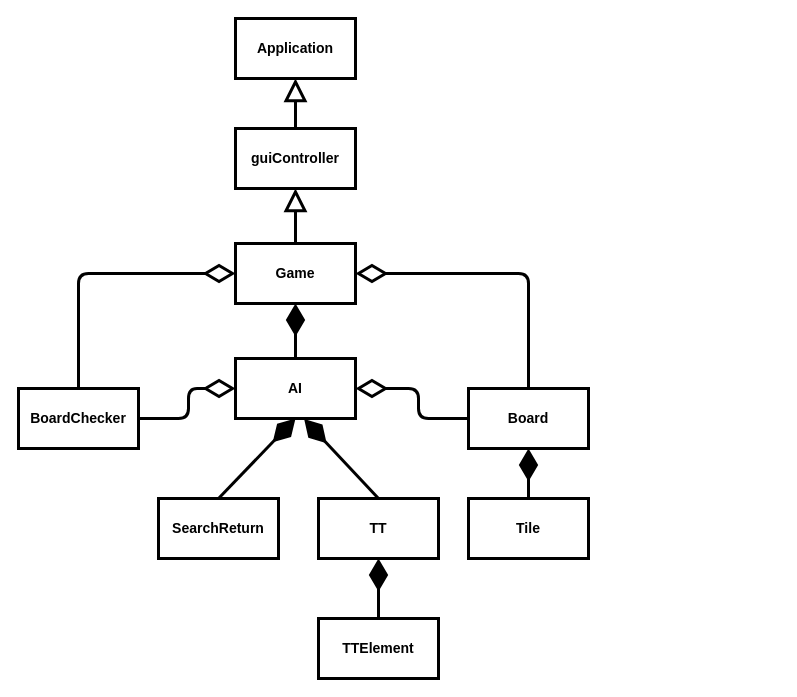
Before: Report/AdantinoAiUml.drawio in SamSweere/Andantino, a draw.io diagram. Source tidied: cells renumbered, new cells numbered last; positions are measured from the earlier drawing's top-left corner, leaving out a move shared by most shapes. Both pictures are drawn from the tidied source at 100%, with x=0, y=0 at pixel (18, 18).
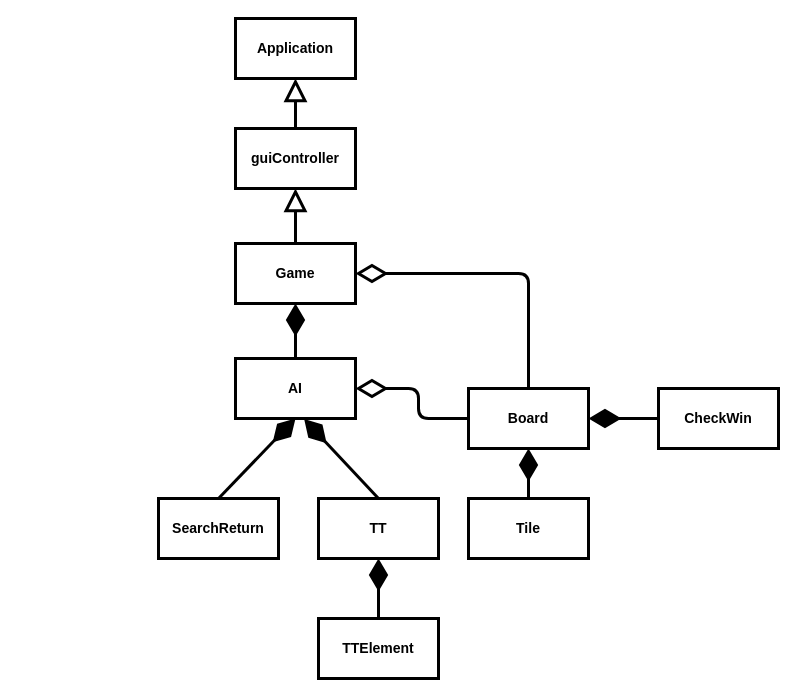
Above is the later version.

Unchanged cells that the change refers to:
```xml
<mxCell id="4" value="Game" style="rounded=0;whiteSpace=wrap;html=1;strokeWidth=3;fontStyle=1;fontSize=14;" parent="1" vertex="1">
  <mxGeometry x="217" y="225" width="120" height="60" as="geometry" />
</mxCell>
<mxCell id="5" value="Board" style="rounded=0;whiteSpace=wrap;html=1;strokeWidth=3;fontStyle=1;fontSize=14;" parent="1" vertex="1">
  <mxGeometry x="450" y="370" width="120" height="60" as="geometry" />
</mxCell>
<mxCell id="6" value="AI" style="rounded=0;whiteSpace=wrap;html=1;strokeWidth=3;fontStyle=1;fontSize=14;" parent="1" vertex="1">
  <mxGeometry x="217" y="340" width="120" height="60" as="geometry" />
</mxCell>
```

Diff of the diagram source:
```diff
@@
-    <mxCell id="11" value="BoardChecker" style="rounded=0;whiteSpace=wrap;html=1;strokeWidth=3;fontStyle=1;fontSize=14;" parent="1" vertex="1">
-      <mxGeometry y="370" width="120" height="60" as="geometry" />
+    <mxCell id="11" value="&lt;div&gt;CheckWin&lt;/div&gt;" style="rounded=0;whiteSpace=wrap;html=1;strokeWidth=3;fontStyle=1;fontSize=14;" parent="1" vertex="1">
+      <mxGeometry x="640" y="370" width="120" height="60" as="geometry" />
     </mxCell>
@@
-    <mxCell id="18" style="endArrow=diamondThin;endFill=0;endSize=24;html=1;fillColor=#000000;gradientColor=none;entryX=0;entryY=0.5;entryDx=0;entryDy=0;exitX=0.5;exitY=0;exitDx=0;exitDy=0;strokeWidth=3;" parent="1" edge="1" source="11" target="4">
-      <mxGeometry relative="1" as="geometry">
-        <Array as="points">
-          <mxPoint x="60" y="255" />
-        </Array>
-      </mxGeometry>
-    </mxCell>
-    <mxCell id="19" style="endArrow=diamondThin;endFill=0;endSize=24;html=1;fillColor=#000000;gradientColor=none;exitX=1;exitY=0.5;exitDx=0;exitDy=0;entryX=0;entryY=0.5;entryDx=0;entryDy=0;strokeWidth=3;" parent="1" edge="1" source="11" target="6">
-      <mxGeometry relative="1" as="geometry">
-        <Array as="points">
-          <mxPoint x="170" y="400" />
-          <mxPoint x="170" y="370" />
-        </Array>
-      </mxGeometry>
-    </mxCell>
@@
+    <mxCell id="23" style="endArrow=diamondThin;endFill=1;endSize=24;html=1;fillColor=#000000;gradientColor=none;exitX=0;exitY=0.5;exitDx=0;exitDy=0;entryX=1;entryY=0.5;entryDx=0;entryDy=0;strokeWidth=3;" parent="1" edge="1" source="11" target="5">
+      <mxGeometry relative="1" as="geometry" />
+    </mxCell>
```
